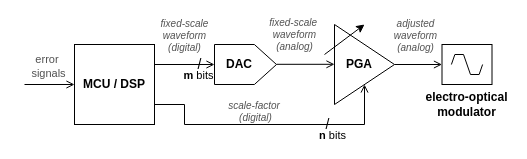
slawomir-niespodziany/sdk_modulator keeps this draw.io diagram as img/dedicated_gain_stage.drawio. Above is the earlier version. Source tidied: cells renumbered, new cells numbered last; positions are measured from the earlier drawing's top-left corner, leaving out a move shared by most shapes. Both pictures are drawn from the tidied source at 100%, with x=0, y=0 at pixel (24, 24).
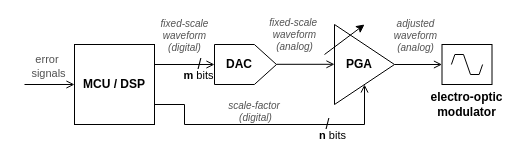
The same page after the edit.

Change to the diagram source:
```diff
@@
-    <mxCell id="23" value="&lt;div&gt;electro-optical&lt;/div&gt;&lt;div&gt;modulator&lt;/div&gt;" style="text;html=1;whiteSpace=wrap;strokeColor=none;fillColor=none;align=center;verticalAlign=middle;rounded=0;fontStyle=1;" parent="1" vertex="1">
+    <mxCell id="23" value="&lt;div&gt;electro-optic&lt;/div&gt;&lt;div&gt;modulator&lt;/div&gt;" style="text;html=1;whiteSpace=wrap;strokeColor=none;fillColor=none;align=center;verticalAlign=middle;rounded=0;fontStyle=1;" parent="1" vertex="1">
       <mxGeometry x="400" y="65" width="85" height="30" as="geometry" />
     </mxCell>
```
